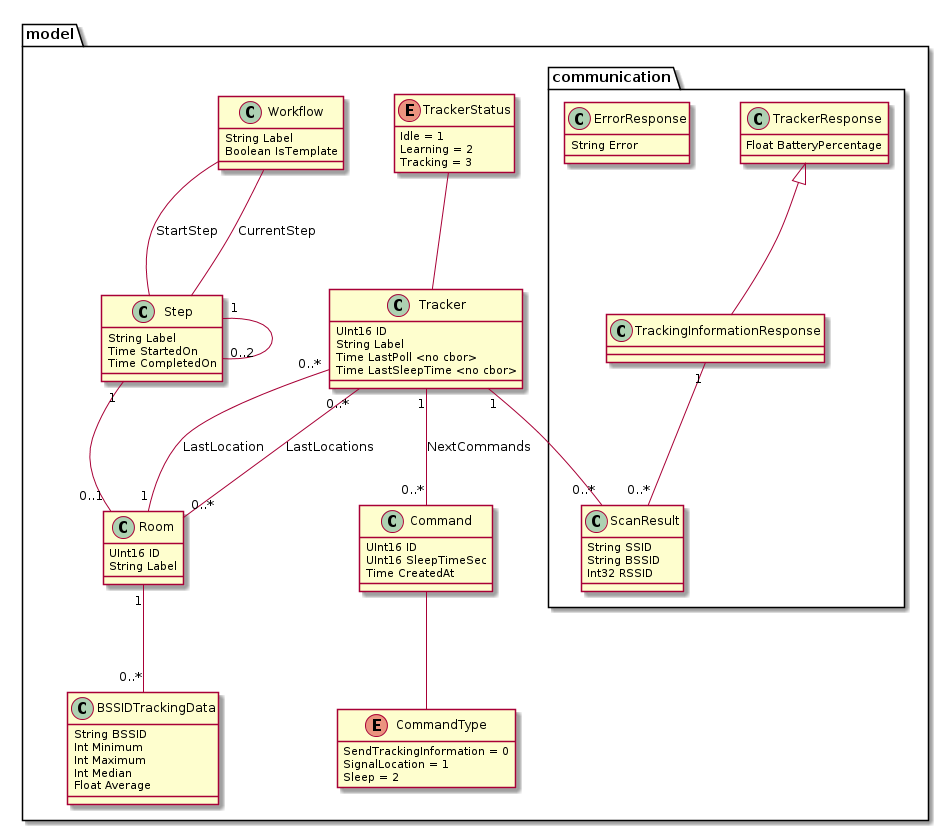
The PlantUML diagram paper/images/uml.png in glidingthroughspace/paper-tracker, before a commit.
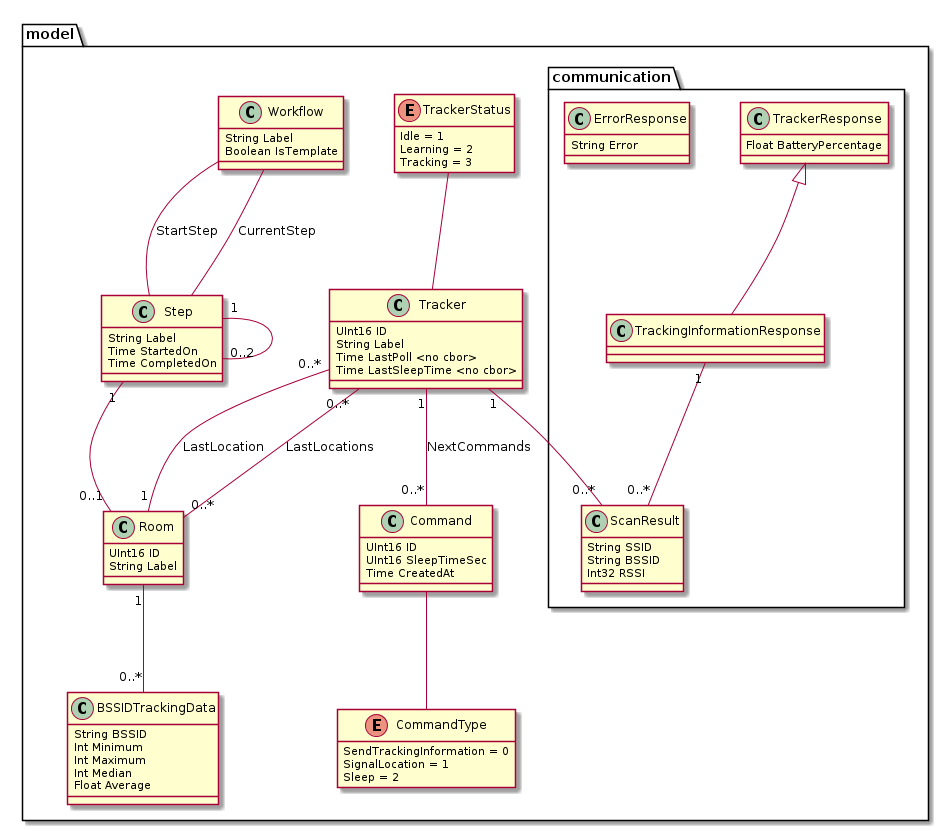
The same file after the commit.

Commit message:
Server: Change RSSID to RSSI

What changed in the source:
```diff
@@ -77,7 +77,7 @@
     class ScanResult {
       String SSID
       String BSSID
-      Int32 RSSID
+      Int32 RSSI
     }
 
     class ErrorResponse {
```
